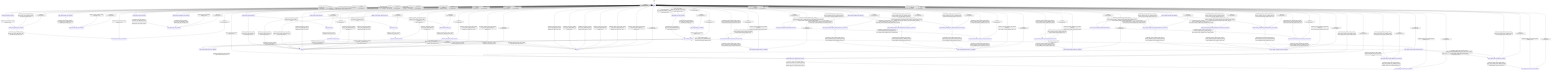
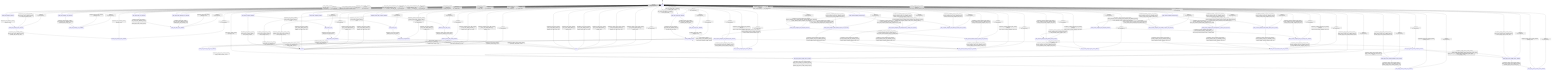
stateDiagram-v2
  direction TB
  [*] --> ready
  ready --> state_bind_storage_decision : bind_storage_runtime [storage_bind_valid_] / effect_bind_storage_
  ready --> state_bind_storage_error_decision : bind_storage_runtime [storage_bind_invalid_] / record_bind_storage_invalid_request_and_clear_binding_
  state_bind_storage_decision --> state_bind_storage_done_decision : completion_bind_storage_runtime_ [always] / none
  state_bind_storage_done_decision --> state_bind_storage_done_callback : completion_bind_storage_runtime_ [bind_storage_done_callback_present_] / publish_bind_storage_done_
  state_bind_storage_done_decision --> ready : completion_bind_storage_runtime_ [bind_storage_done_callback_absent_] / record_bind_storage_done_
  state_bind_storage_done_callback --> ready : completion_bind_storage_runtime_ [always] / none
  state_bind_storage_error_decision --> state_bind_storage_error_callback : completion_bind_storage_runtime_ [bind_storage_error_callback_present_] / publish_bind_storage_error_
  state_bind_storage_error_decision --> ready : completion_bind_storage_runtime_ [bind_storage_error_callback_absent_] / none
  state_bind_storage_error_callback --> ready : completion_bind_storage_runtime_ [always] / none
  state_awaiting_effects --> state_bind_storage_busy_error_callback : bind_storage_runtime [bind_storage_error_callback_present_] / publish_bind_storage_error_
  state_awaiting_effects --> state_awaiting_effects : bind_storage_runtime [bind_storage_error_callback_absent_] / record_bind_storage_invalid_request_
  state_bind_storage_busy_error_callback --> state_awaiting_effects : completion_bind_storage_runtime_ [always] / none
  ready --> state_plan_load_done_decision : plan_load_runtime [plan_load_valid_without_io_strategy_] / effect_plan_load_
  ready --> state_plan_load_done_decision : plan_load_runtime [plan_load_valid_with_io_strategy_] / effect_plan_io_load_
  ready --> state_plan_load_error_decision : plan_load_runtime [plan_load_invalid_request_] / none
  ready --> state_plan_load_capacity_error_decision : plan_load_runtime [plan_load_invalid_capacity_] / none
  state_plan_load_done_decision --> state_plan_load_done_callback : completion_plan_load_runtime_ [plan_load_done_callback_present_] / publish_plan_load_done_
  state_plan_load_done_decision --> state_awaiting_effects : completion_plan_load_runtime_ [plan_load_done_callback_absent_] / record_plan_load_done_
  state_plan_load_done_callback --> state_awaiting_effects : completion_plan_load_runtime_ [always] / none
  state_plan_load_error_decision --> state_plan_load_error_callback : completion_plan_load_runtime_ [plan_load_error_callback_present_] / publish_plan_load_invalid_request_
  state_plan_load_error_decision --> ready : completion_plan_load_runtime_ [plan_load_error_callback_absent_] / record_plan_load_invalid_request_
  state_plan_load_capacity_error_decision --> state_plan_load_error_callback : completion_plan_load_runtime_ [plan_load_error_callback_present_] / publish_plan_load_capacity_error_
  state_plan_load_capacity_error_decision --> ready : completion_plan_load_runtime_ [plan_load_error_callback_absent_] / record_plan_load_capacity_error_
  state_plan_load_error_callback --> ready : completion_plan_load_runtime_ [always] / none
  state_awaiting_effects --> state_apply_effect_results_request_decision : apply_effect_results_runtime [always] / none
  state_apply_effect_results_request_decision --> state_apply_effect_results_error_decision : completion_apply_effect_results_runtime_ [apply_results_invalid_] / none
  state_apply_effect_results_request_decision --> state_apply_effect_results_backend_error_decision : completion_apply_effect_results_runtime_ [apply_results_valid_with_effect_errors_] / none
  state_apply_effect_results_request_decision --> state_apply_effect_results_done_decision : completion_apply_effect_results_runtime_ [apply_results_valid_without_effect_errors_without_record_output_] / effect_apply_results_
  state_apply_effect_results_request_decision --> state_apply_effect_results_done_decision : completion_apply_effect_results_runtime_ [apply_results_valid_without_effect_errors_with_record_output_] / effect_apply_results_with_record_output_
  ready --> state_apply_effect_results_error_decision : apply_effect_results_runtime [always] / none
  state_apply_effect_results_done_decision --> state_apply_effect_results_done_callback : completion_apply_effect_results_runtime_ [apply_effect_results_done_callback_present_] / publish_apply_effect_results_done_
  state_apply_effect_results_done_decision --> ready : completion_apply_effect_results_runtime_ [apply_effect_results_done_callback_absent_] / record_apply_effect_results_done_
  state_apply_effect_results_done_callback --> ready : completion_apply_effect_results_runtime_ [always] / none
  state_apply_effect_results_error_decision --> state_apply_effect_results_error_callback : completion_apply_effect_results_runtime_ [apply_effect_results_error_callback_present_] / publish_apply_effect_results_invalid_request_
  state_apply_effect_results_error_decision --> ready : completion_apply_effect_results_runtime_ [apply_effect_results_error_callback_absent_] / record_apply_effect_results_invalid_request_
  state_apply_effect_results_backend_error_decision --> state_apply_effect_results_error_callback : completion_apply_effect_results_runtime_ [apply_effect_results_error_callback_present_] / publish_apply_effect_results_backend_error_
  state_apply_effect_results_backend_error_decision --> ready : completion_apply_effect_results_runtime_ [apply_effect_results_error_callback_absent_] / record_apply_effect_results_backend_error_
  state_apply_effect_results_error_callback --> ready : completion_apply_effect_results_runtime_ [always] / none
  ready --> bind_tensor_request_decision : bind_tensor_runtime [always] / begin_bind_tensor_
  bind_tensor_request_decision --> bind_tensor_exec : completion_bind_tensor_runtime_ [bind_tensor_request_valid_] / none
  bind_tensor_request_decision --> errored : completion_bind_tensor_runtime_ [bind_tensor_request_invalid_] / mark_invalid_request_
  bind_tensor_exec --> bind_tensor_result_decision : completion_bind_tensor_runtime_ [always] / exec_bind_tensor_
  bind_tensor_result_decision --> done : completion_bind_tensor_runtime_ [operation_succeeded_] / none
  bind_tensor_result_decision --> errored : completion_bind_tensor_runtime_ [operation_not_dispatched_] / mark_invalid_request_
  ready --> evict_tensor_request_decision : evict_tensor_runtime [always] / begin_evict_tensor_
  evict_tensor_request_decision --> evict_tensor_exec : completion_evict_tensor_runtime_ [evict_tensor_request_valid_] / none
  evict_tensor_request_decision --> errored : completion_evict_tensor_runtime_ [evict_tensor_request_invalid_] / mark_invalid_request_
  evict_tensor_exec --> evict_tensor_result_decision : completion_evict_tensor_runtime_ [always] / exec_evict_tensor_
  evict_tensor_result_decision --> done : completion_evict_tensor_runtime_ [operation_succeeded_] / none
  evict_tensor_result_decision --> errored : completion_evict_tensor_runtime_ [operation_not_dispatched_] / mark_invalid_request_
  ready --> capture_tensor_state_request_decision : capture_tensor_state_runtime [always] / begin_capture_tensor_state_
  capture_tensor_state_request_decision --> capture_tensor_state_exec : completion_capture_tensor_state_runtime_ [capture_tensor_state_request_valid_] / none
  capture_tensor_state_request_decision --> errored : completion_capture_tensor_state_runtime_ [capture_tensor_state_request_invalid_] / mark_invalid_request_
  capture_tensor_state_exec --> capture_tensor_state_result_decision : completion_capture_tensor_state_runtime_ [always] / exec_capture_tensor_state_
  capture_tensor_state_result_decision --> done : completion_capture_tensor_state_runtime_ [operation_succeeded_] / none
  capture_tensor_state_result_decision --> errored : completion_capture_tensor_state_runtime_ [operation_not_dispatched_] / mark_invalid_request_
  done --> ready : completion_bind_tensor_runtime_ [error_code_output_present_] / publish_done_with_error_code_
  done --> ready : completion_bind_tensor_runtime_ [error_code_output_absent_] / publish_done_
  errored --> ready : completion_bind_tensor_runtime_ [error_code_output_present_] / publish_error_with_error_code_
  errored --> ready : completion_bind_tensor_runtime_ [error_code_output_absent_] / publish_error_
  done --> ready : completion_evict_tensor_runtime_ [error_code_output_present_] / publish_done_with_error_code_
  done --> ready : completion_evict_tensor_runtime_ [error_code_output_absent_] / publish_done_
  errored --> ready : completion_evict_tensor_runtime_ [error_code_output_present_] / publish_error_with_error_code_
  errored --> ready : completion_evict_tensor_runtime_ [error_code_output_absent_] / publish_error_
  done --> ready : completion_capture_tensor_state_runtime_ [error_code_output_present_] / publish_done_with_error_code_
  done --> ready : completion_capture_tensor_state_runtime_ [error_code_output_absent_] / publish_done_
  errored --> ready : completion_capture_tensor_state_runtime_ [error_code_output_present_] / publish_error_with_error_code_
  errored --> ready : completion_capture_tensor_state_runtime_ [error_code_output_absent_] / publish_error_
  ready --> state_request_mapped_load_decision : request_mapped_load_runtime [always] / effect_begin_request_mapped_load_
  state_request_mapped_load_decision --> state_request_mapped_load_unsupported_io_mmap_error_decision : completion_request_mapped_load_runtime_ [request_mapped_load_io_mmap_absent_] / effect_mark_request_mapped_load_unsupported_io_mmap_
  state_request_mapped_load_decision --> state_request_mapped_load_invalid_request_error_decision : completion_request_mapped_load_runtime_ [request_mapped_load_io_mmap_present_request_invalid_] / effect_mark_request_mapped_load_invalid_request_
  state_request_mapped_load_decision --> state_request_mapped_load_already_resident_error_decision : completion_request_mapped_load_runtime_ [request_mapped_load_io_mmap_present_request_valid_already_resident_] / effect_mark_request_mapped_load_tensor_already_resident_
  state_request_mapped_load_decision --> state_request_mapped_load_dispatch_decision : completion_request_mapped_load_runtime_ [request_mapped_load_io_mmap_present_request_valid_tensor_unbound_] / effect_attempt_request_mapped_load_dispatch_
  state_request_mapped_load_dispatch_decision --> state_request_mapped_load_publish_done_decision : completion_request_mapped_load_runtime_ [request_mapped_load_io_mmap_succeeded_] / effect_commit_request_mapped_load_
  state_request_mapped_load_dispatch_decision --> state_request_mapped_load_io_mmap_error_decision : completion_request_mapped_load_runtime_ [request_mapped_load_io_mmap_failed_] / effect_mark_request_mapped_load_io_mmap_failed_
  state_request_mapped_load_publish_done_decision --> state_request_mapped_load_done_callback : completion_request_mapped_load_runtime_ [request_mapped_load_done_callback_present_] / effect_publish_request_mapped_load_done_
-   state_request_mapped_load_publish_done_decision --> ready : completion_request_mapped_load_runtime_ [request_mapped_load_done_callback_absent_] / effect_record_request_mapped_load_done_
  state_request_mapped_load_done_callback --> ready : completion_request_mapped_load_runtime_ [always] / effect_record_request_mapped_load_done_
  state_request_mapped_load_invalid_request_error_decision --> state_request_mapped_load_error_callback : completion_request_mapped_load_runtime_ [request_mapped_load_error_callback_present_] / effect_publish_request_mapped_load_error_
  state_request_mapped_load_invalid_request_error_decision --> ready : completion_request_mapped_load_runtime_ [request_mapped_load_error_callback_absent_] / effect_record_request_mapped_load_error_
  state_request_mapped_load_unsupported_io_mmap_error_decision --> state_request_mapped_load_error_callback : completion_request_mapped_load_runtime_ [request_mapped_load_error_callback_present_] / effect_publish_request_mapped_load_error_
  state_request_mapped_load_unsupported_io_mmap_error_decision --> ready : completion_request_mapped_load_runtime_ [request_mapped_load_error_callback_absent_] / effect_record_request_mapped_load_error_
  state_request_mapped_load_already_resident_error_decision --> state_request_mapped_load_error_callback : completion_request_mapped_load_runtime_ [request_mapped_load_error_callback_present_] / effect_publish_request_mapped_load_error_
  state_request_mapped_load_already_resident_error_decision --> ready : completion_request_mapped_load_runtime_ [request_mapped_load_error_callback_absent_] / effect_record_request_mapped_load_error_
  state_request_mapped_load_io_mmap_error_decision --> state_request_mapped_load_error_callback : completion_request_mapped_load_runtime_ [request_mapped_load_error_callback_present_] / effect_publish_request_mapped_load_error_
  state_request_mapped_load_io_mmap_error_decision --> ready : completion_request_mapped_load_runtime_ [request_mapped_load_error_callback_absent_] / effect_record_request_mapped_load_error_
  state_request_mapped_load_error_callback --> ready : completion_request_mapped_load_runtime_ [always] / effect_record_request_mapped_load_error_
  ready --> state_release_mapped_load_decision : release_mapped_load_runtime [always] / effect_begin_release_mapped_load_
  state_release_mapped_load_decision --> state_release_mapped_load_unsupported_io_mmap_error_decision : completion_release_mapped_load_runtime_ [release_mapped_load_io_mmap_absent_] / effect_mark_release_mapped_load_unsupported_io_mmap_
  state_release_mapped_load_decision --> state_release_mapped_load_invalid_request_error_decision : completion_release_mapped_load_runtime_ [release_mapped_load_io_mmap_present_request_invalid_] / effect_mark_release_mapped_load_invalid_request_
  state_release_mapped_load_decision --> state_release_mapped_load_handle_absent_error_decision : completion_release_mapped_load_runtime_ [release_mapped_load_io_mmap_present_request_valid_handle_absent_] / effect_mark_release_mapped_load_handle_absent_
  state_release_mapped_load_decision --> state_release_mapped_load_dispatch_decision : completion_release_mapped_load_runtime_ [release_mapped_load_io_mmap_present_request_valid_handle_present_] / effect_attempt_release_mapped_load_dispatch_
  state_release_mapped_load_dispatch_decision --> state_release_mapped_load_publish_done_decision : completion_release_mapped_load_runtime_ [release_mapped_load_io_mmap_succeeded_] / effect_commit_release_mapped_load_
  state_release_mapped_load_dispatch_decision --> state_release_mapped_load_io_mmap_error_decision : completion_release_mapped_load_runtime_ [release_mapped_load_io_mmap_failed_] / effect_mark_release_mapped_load_io_mmap_failed_
  state_release_mapped_load_publish_done_decision --> state_release_mapped_load_done_callback : completion_release_mapped_load_runtime_ [release_mapped_load_done_callback_present_] / effect_publish_release_mapped_load_done_
  state_release_mapped_load_publish_done_decision --> ready : completion_release_mapped_load_runtime_ [release_mapped_load_done_callback_absent_] / effect_record_release_mapped_load_done_
  state_release_mapped_load_done_callback --> ready : completion_release_mapped_load_runtime_ [always] / effect_record_release_mapped_load_done_
  state_release_mapped_load_invalid_request_error_decision --> state_release_mapped_load_error_callback : completion_release_mapped_load_runtime_ [release_mapped_load_error_callback_present_] / effect_publish_release_mapped_load_error_
  state_release_mapped_load_invalid_request_error_decision --> ready : completion_release_mapped_load_runtime_ [release_mapped_load_error_callback_absent_] / effect_record_release_mapped_load_error_
  state_release_mapped_load_unsupported_io_mmap_error_decision --> state_release_mapped_load_error_callback : completion_release_mapped_load_runtime_ [release_mapped_load_error_callback_present_] / effect_publish_release_mapped_load_error_
  state_release_mapped_load_unsupported_io_mmap_error_decision --> ready : completion_release_mapped_load_runtime_ [release_mapped_load_error_callback_absent_] / effect_record_release_mapped_load_error_
  state_release_mapped_load_handle_absent_error_decision --> state_release_mapped_load_error_callback : completion_release_mapped_load_runtime_ [release_mapped_load_error_callback_present_] / effect_publish_release_mapped_load_error_
  state_release_mapped_load_handle_absent_error_decision --> ready : completion_release_mapped_load_runtime_ [release_mapped_load_error_callback_absent_] / effect_record_release_mapped_load_error_
  state_release_mapped_load_io_mmap_error_decision --> state_release_mapped_load_error_callback : completion_release_mapped_load_runtime_ [release_mapped_load_error_callback_present_] / effect_publish_release_mapped_load_error_
  state_release_mapped_load_io_mmap_error_decision --> ready : completion_release_mapped_load_runtime_ [release_mapped_load_error_callback_absent_] / effect_record_release_mapped_load_error_
  state_release_mapped_load_error_callback --> ready : completion_release_mapped_load_runtime_ [always] / effect_record_release_mapped_load_error_
  ready --> ready : _ [always] / on_unexpected_
  state_bind_storage_decision --> ready : _ [always] / on_unexpected_
  state_bind_storage_done_decision --> ready : _ [always] / on_unexpected_
  state_bind_storage_done_callback --> ready : _ [always] / on_unexpected_
  state_bind_storage_error_decision --> ready : _ [always] / on_unexpected_
  state_bind_storage_error_callback --> ready : _ [always] / on_unexpected_
  state_bind_storage_busy_error_callback --> state_awaiting_effects : _ [always] / on_unexpected_
  state_plan_load_done_decision --> ready : _ [always] / on_unexpected_
  state_plan_load_done_callback --> ready : _ [always] / on_unexpected_
  state_plan_load_error_decision --> ready : _ [always] / on_unexpected_
  state_plan_load_capacity_error_decision --> ready : _ [always] / on_unexpected_
  state_plan_load_error_callback --> ready : _ [always] / on_unexpected_
  state_awaiting_effects --> ready : _ [always] / on_unexpected_
  state_apply_effect_results_request_decision --> ready : _ [always] / on_unexpected_
  state_apply_effect_results_done_decision --> ready : _ [always] / on_unexpected_
  state_apply_effect_results_done_callback --> ready : _ [always] / on_unexpected_
  state_apply_effect_results_error_decision --> ready : _ [always] / on_unexpected_
  state_apply_effect_results_backend_error_decision --> ready : _ [always] / on_unexpected_
  state_apply_effect_results_error_callback --> ready : _ [always] / on_unexpected_
  bind_tensor_request_decision --> ready : _ [always] / on_unexpected_
  bind_tensor_exec --> ready : _ [always] / on_unexpected_
  bind_tensor_result_decision --> ready : _ [always] / on_unexpected_
  evict_tensor_request_decision --> ready : _ [always] / on_unexpected_
  evict_tensor_exec --> ready : _ [always] / on_unexpected_
  evict_tensor_result_decision --> ready : _ [always] / on_unexpected_
  capture_tensor_state_request_decision --> ready : _ [always] / on_unexpected_
  capture_tensor_state_exec --> ready : _ [always] / on_unexpected_
  capture_tensor_state_result_decision --> ready : _ [always] / on_unexpected_
  done --> ready : _ [always] / on_unexpected_
  errored --> ready : _ [always] / on_unexpected_
  state_request_mapped_load_decision --> ready : _ [always] / on_unexpected_
  state_request_mapped_load_dispatch_decision --> ready : _ [always] / on_unexpected_
  state_request_mapped_load_publish_done_decision --> ready : _ [always] / on_unexpected_
  state_request_mapped_load_done_callback --> ready : _ [always] / on_unexpected_
  state_request_mapped_load_invalid_request_error_decision --> ready : _ [always] / on_unexpected_
  state_request_mapped_load_unsupported_io_mmap_error_decision --> ready : _ [always] / on_unexpected_
  state_request_mapped_load_already_resident_error_decision --> ready : _ [always] / on_unexpected_
  state_request_mapped_load_io_mmap_error_decision --> ready : _ [always] / on_unexpected_
  state_request_mapped_load_error_callback --> ready : _ [always] / on_unexpected_
  state_release_mapped_load_decision --> ready : _ [always] / on_unexpected_
  state_release_mapped_load_dispatch_decision --> ready : _ [always] / on_unexpected_
  state_release_mapped_load_publish_done_decision --> ready : _ [always] / on_unexpected_
  state_release_mapped_load_done_callback --> ready : _ [always] / on_unexpected_
  state_release_mapped_load_invalid_request_error_decision --> ready : _ [always] / on_unexpected_
  state_release_mapped_load_unsupported_io_mmap_error_decision --> ready : _ [always] / on_unexpected_
  state_release_mapped_load_handle_absent_error_decision --> ready : _ [always] / on_unexpected_
  state_release_mapped_load_io_mmap_error_decision --> ready : _ [always] / on_unexpected_
  state_release_mapped_load_error_callback --> ready : _ [always] / on_unexpected_
